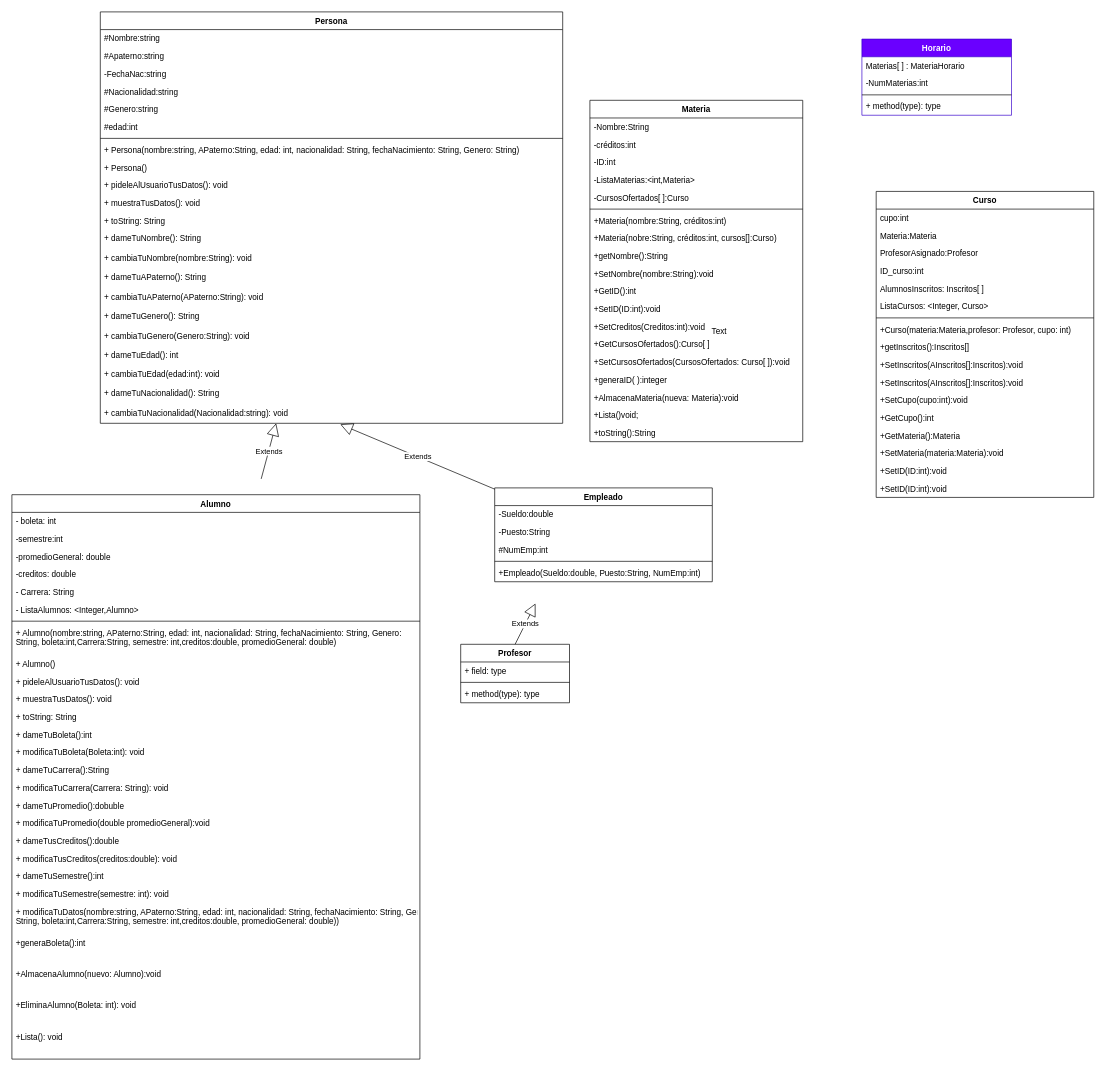
Earlier version of the draw.io diagram ControlEscolar.drawio (Sam200018/ControlEscolar). Source tidied: cells renumbered, new cells numbered last; positions are measured from the earlier drawing's top-left corner, leaving out a move shared by most shapes. Both pictures are drawn from the tidied source at 68%, with x=0, y=0 at pixel (12, 12).
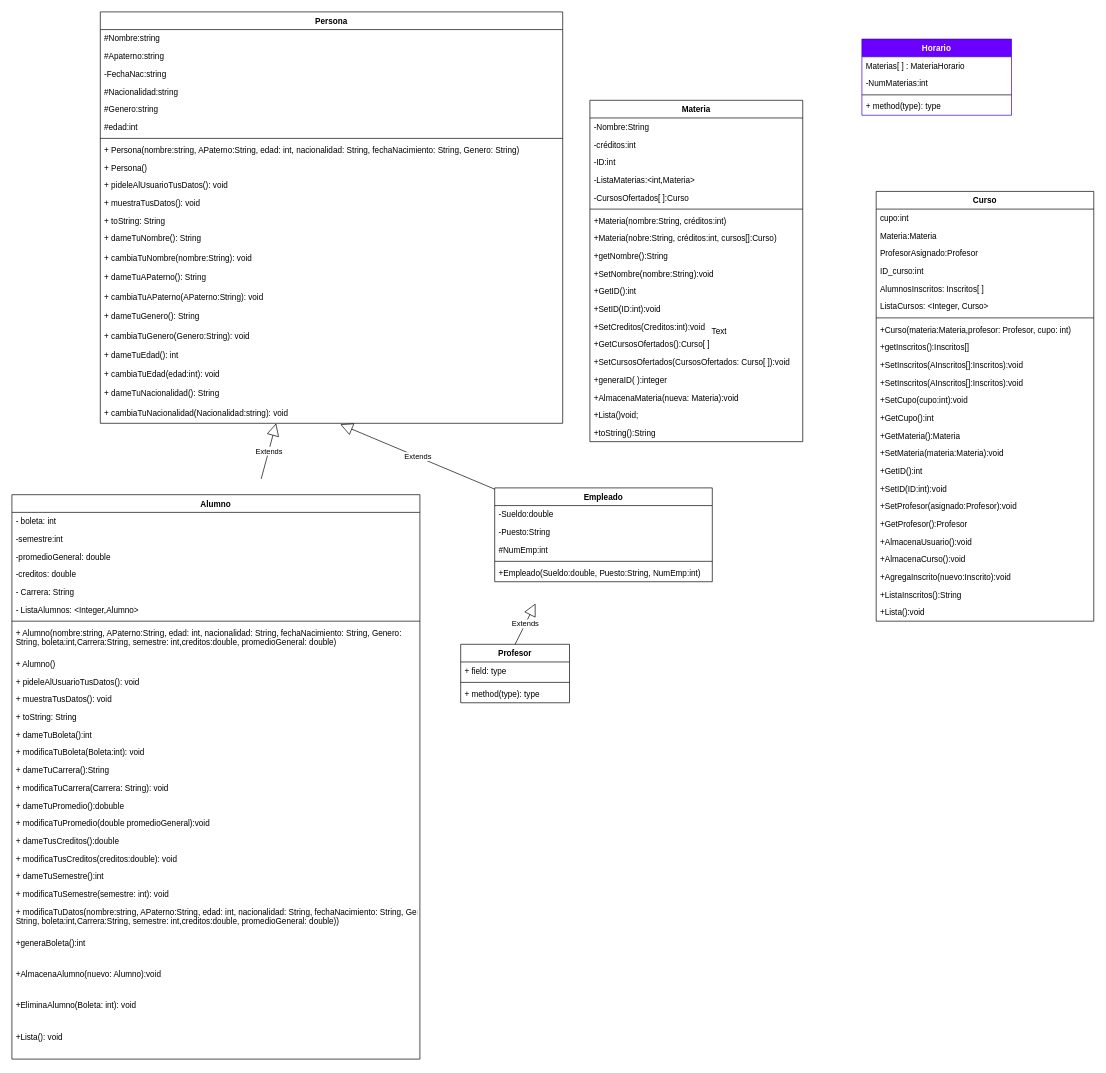
Above is the later version.

Change to the diagram source:
```diff
@@
     <mxCell id="83" value="Curso" style="swimlane;fontStyle=1;align=center;verticalAlign=top;horizontal=1;startSize=26;" parent="1" vertex="1">
-      <mxGeometry x="1271" y="264" width="320" height="450" as="geometry" />
+      <mxGeometry x="1271" y="264" width="320" height="632" as="geometry" />
     </mxCell>
@@
+    <mxCell id="110" value="+GetID():int" style="text;strokeColor=none;fillColor=none;align=left;verticalAlign=top;spacingLeft=4;spacingRight=4;overflow=hidden;" parent="83" vertex="1">
+      <mxGeometry y="398" width="320" height="26" as="geometry" />
+    </mxCell>
     <mxCell id="99" value="+SetID(ID:int):void" style="text;strokeColor=none;fillColor=none;align=left;verticalAlign=top;spacingLeft=4;spacingRight=4;overflow=hidden;" parent="83" vertex="1">
-      <mxGeometry y="398" width="320" height="26" as="geometry" />
+      <mxGeometry y="424" width="320" height="26" as="geometry" />
     </mxCell>
-    <mxCell id="100" value="+SetID(ID:int):void" style="text;strokeColor=none;fillColor=none;align=left;verticalAlign=top;spacingLeft=4;spacingRight=4;overflow=hidden;" parent="83" vertex="1">
-      <mxGeometry y="424" width="320" height="26" as="geometry" />
+    <mxCell id="100" value="+SetProfesor(asignado:Profesor):void" style="text;strokeColor=none;fillColor=none;align=left;verticalAlign=top;spacingLeft=4;spacingRight=4;overflow=hidden;" parent="83" vertex="1">
+      <mxGeometry y="450" width="320" height="26" as="geometry" />
     </mxCell>
+    <mxCell id="111" value="+GetProfesor():Profesor" style="text;strokeColor=none;fillColor=none;align=left;verticalAlign=top;spacingLeft=4;spacingRight=4;overflow=hidden;" parent="83" vertex="1">
+      <mxGeometry y="476" width="320" height="26" as="geometry" />
+    </mxCell>
+    <mxCell id="112" value="+AlmacenaUsuario():void" style="text;strokeColor=none;fillColor=none;align=left;verticalAlign=top;spacingLeft=4;spacingRight=4;overflow=hidden;" parent="83" vertex="1">
+      <mxGeometry y="502" width="320" height="26" as="geometry" />
+    </mxCell>
+    <mxCell id="113" value="+AlmacenaCurso():void" style="text;strokeColor=none;fillColor=none;align=left;verticalAlign=top;spacingLeft=4;spacingRight=4;overflow=hidden;" parent="83" vertex="1">
+      <mxGeometry y="528" width="320" height="26" as="geometry" />
+    </mxCell>
+    <mxCell id="114" value="+AgregaInscrito(nuevo:Inscrito):void" style="text;strokeColor=none;fillColor=none;align=left;verticalAlign=top;spacingLeft=4;spacingRight=4;overflow=hidden;" parent="83" vertex="1">
+      <mxGeometry y="554" width="320" height="26" as="geometry" />
+    </mxCell>
+    <mxCell id="115" value="+ListaInscritos():String" style="text;strokeColor=none;fillColor=none;align=left;verticalAlign=top;spacingLeft=4;spacingRight=4;overflow=hidden;" parent="83" vertex="1">
+      <mxGeometry y="580" width="320" height="26" as="geometry" />
+    </mxCell>
+    <mxCell id="116" value="+Lista():void" style="text;strokeColor=none;fillColor=none;align=left;verticalAlign=top;spacingLeft=4;spacingRight=4;overflow=hidden;" parent="83" vertex="1">
+      <mxGeometry y="606" width="320" height="26" as="geometry" />
+    </mxCell>
```
